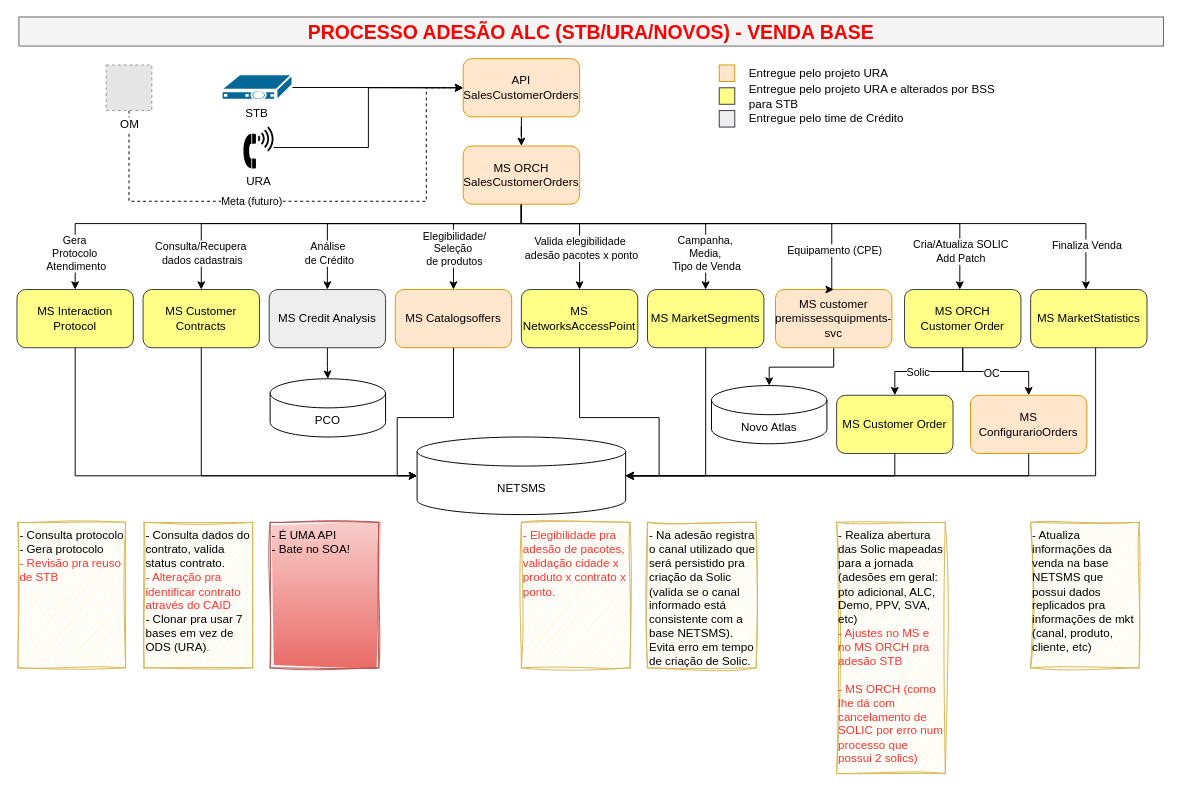
The draw.io diagram page "v4" (4 of 4) of 119216 - Chamada de crédito para vendas através de controle remoto.drawio in samirali/ClaroBrasil, before the edit. Source tidied: cells renumbered, new cells numbered last; positions are measured from the earlier drawing's top-left corner, leaving out a move shared by most shapes. Both pictures are drawn from the tidied source at 97%, with x=0, y=0 at pixel (16, 16). Pictures stored in the file or linked from it are replaced by grey dashed boxes.
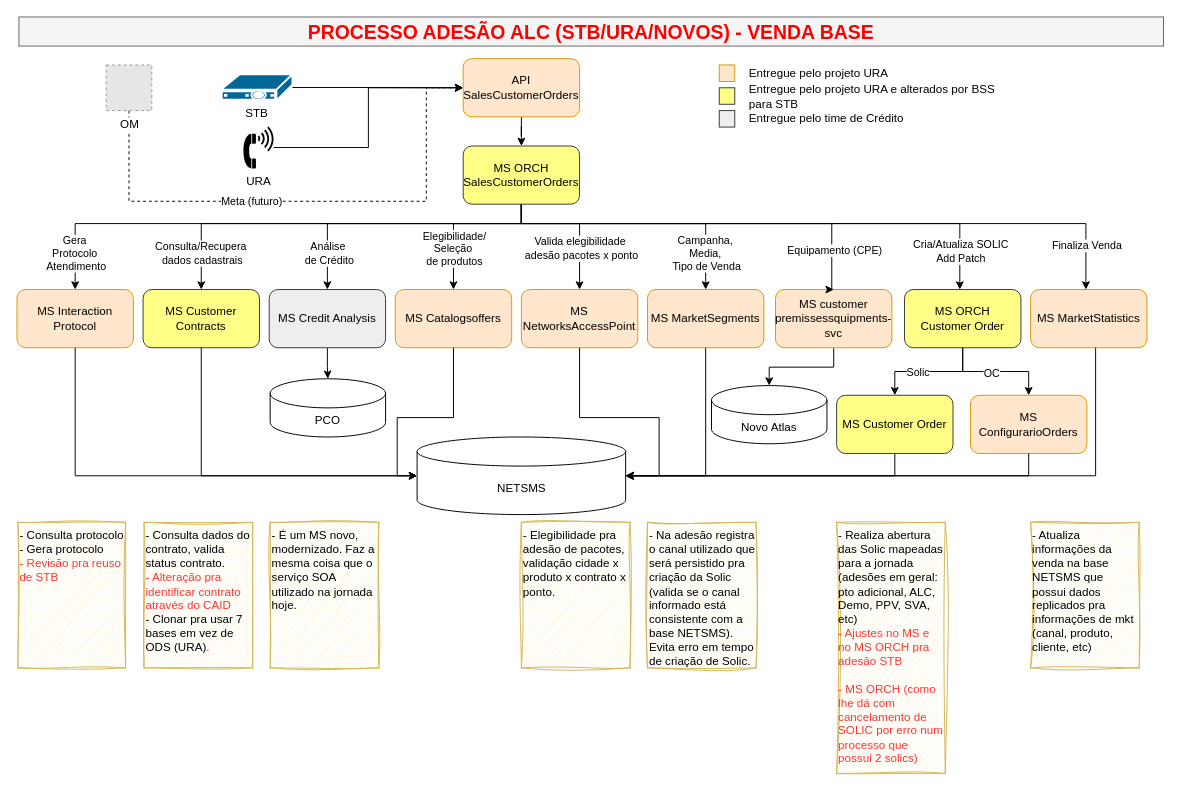
Above is the later version.

Diff of the diagram source:
```diff
@@
-    <mxCell id="20" value="MS ORCH SalesCustomerOrders" style="rounded=1;whiteSpace=wrap;html=1;fillColor=#ffe6cc;strokeColor=#d79b00;" parent="1" vertex="1">
+    <mxCell id="20" value="MS ORCH SalesCustomerOrders" style="rounded=1;whiteSpace=wrap;html=1;fillColor=#ffff88;strokeColor=#36393d;" parent="1" vertex="1">
       <mxGeometry x="460" y="133" width="120" height="60" as="geometry" />
     </mxCell>
-    <mxCell id="21" value="MS Interaction Protocol" style="rounded=1;whiteSpace=wrap;html=1;fillColor=#ffff88;strokeColor=#36393d;" parent="1" vertex="1">
+    <mxCell id="21" value="MS Interaction Protocol" style="rounded=1;whiteSpace=wrap;html=1;fillColor=#ffe6cc;strokeColor=#d79b00;" parent="1" vertex="1">
       <mxGeometry y="281" width="120" height="60" as="geometry" />
     </mxCell>
@@
-    <mxCell id="31" value="MS NetworksAccessPoint" style="rounded=1;whiteSpace=wrap;html=1;fillColor=#ffff88;strokeColor=#36393d;" parent="1" vertex="1">
+    <mxCell id="31" value="MS NetworksAccessPoint" style="rounded=1;whiteSpace=wrap;html=1;fillColor=#ffe6cc;strokeColor=#d79b00;" parent="1" vertex="1">
       <mxGeometry x="520" y="281" width="120" height="60" as="geometry" />
     </mxCell>
@@
-    <mxCell id="33" value="MS MarketSegments" style="rounded=1;whiteSpace=wrap;html=1;fillColor=#ffff88;strokeColor=#36393d;" parent="1" vertex="1">
+    <mxCell id="33" value="MS MarketSegments" style="rounded=1;whiteSpace=wrap;html=1;fillColor=#ffe6cc;strokeColor=#d79b00;" parent="1" vertex="1">
       <mxGeometry x="650" y="281" width="120" height="60" as="geometry" />
     </mxCell>
@@
-    <mxCell id="42" value="MS MarketStatistics" style="rounded=1;whiteSpace=wrap;html=1;fillColor=#ffff88;strokeColor=#36393d;" parent="1" vertex="1">
+    <mxCell id="42" value="MS MarketStatistics" style="rounded=1;whiteSpace=wrap;html=1;fillColor=#ffe6cc;strokeColor=#d79b00;" parent="1" vertex="1">
       <mxGeometry x="1045" y="281" width="120" height="60" as="geometry" />
     </mxCell>
@@
-    <mxCell id="57" value="&lt;font style=&quot;color: rgb(255, 51, 51);&quot;&gt;- Elegibilidade pra adesão de pacotes, validação cidade x produto x contrato x ponto.&lt;/font&gt;&lt;div&gt;&lt;br&gt;&lt;/div&gt;" style="text;html=1;align=left;verticalAlign=top;whiteSpace=wrap;rounded=0;strokeColor=#d6b656;fillColor=#fff2cc;sketch=1;curveFitting=1;jiggle=2;" parent="1" vertex="1">
+    <mxCell id="57" value="&lt;font style=&quot;color: rgb(0, 0, 0);&quot;&gt;- Elegibilidade pra adesão de pacotes, validação cidade x produto x contrato x ponto.&lt;/font&gt;&lt;div&gt;&lt;br&gt;&lt;/div&gt;" style="text;html=1;align=left;verticalAlign=top;whiteSpace=wrap;rounded=0;strokeColor=#d6b656;fillColor=#fff2cc;sketch=1;curveFitting=1;jiggle=2;" parent="1" vertex="1">
       <mxGeometry x="520" y="521" width="112" height="150" as="geometry" />
     </mxCell>
@@
-    <mxCell id="71" value="- É UMA API&lt;div&gt;- Bate no SOA!&lt;/div&gt;" style="text;html=1;align=left;verticalAlign=top;whiteSpace=wrap;rounded=0;strokeColor=#b85450;fillColor=#f8cecc;sketch=1;curveFitting=1;jiggle=2;gradientColor=#ea6b66;" parent="1" vertex="1">
+    <mxCell id="71" value="- É um MS novo, modernizado. Faz a mesma coisa que o serviço SOA utilizado na jornada hoje." style="text;html=1;align=left;verticalAlign=top;whiteSpace=wrap;rounded=0;strokeColor=#d6b656;fillColor=#fff2cc;sketch=1;curveFitting=1;jiggle=2;" parent="1" vertex="1">
       <mxGeometry x="261" y="521" width="112" height="150" as="geometry" />
     </mxCell>
```
